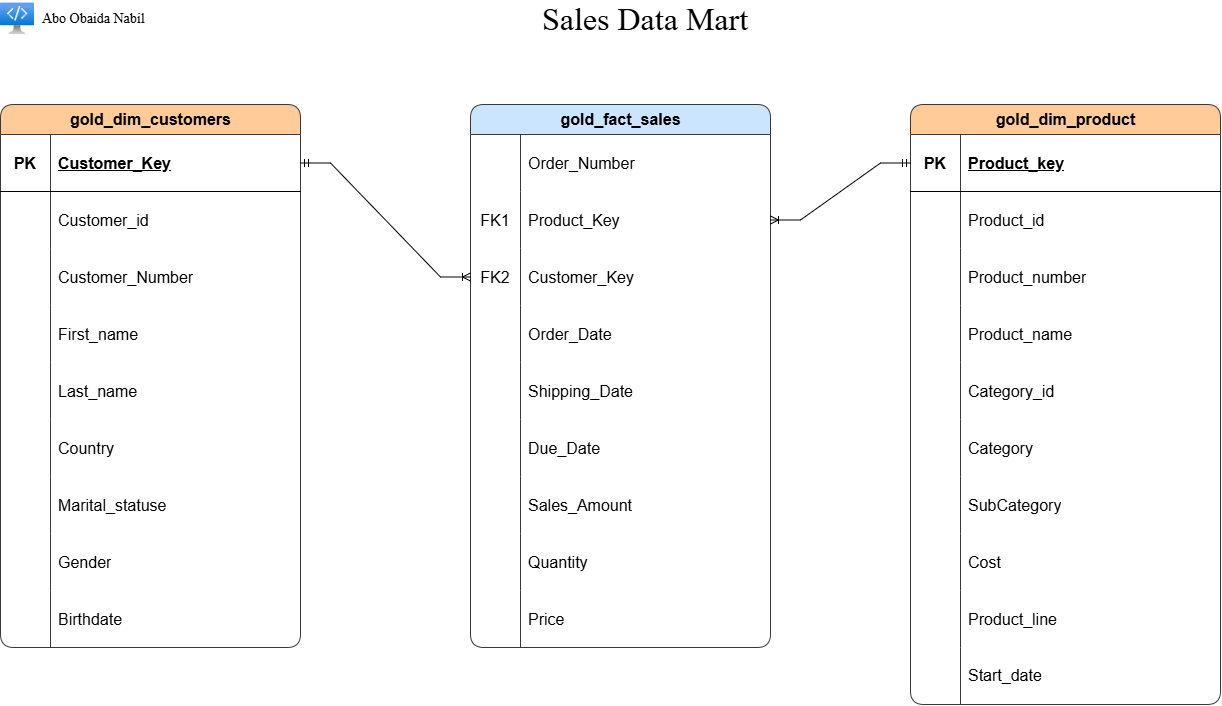
Earlier version of the draw.io export docs/Sales Datamart.png (Abobaida/SQL-Data-Warehouse-Project). Source tidied: cells renumbered, new cells last; positions are measured from the earlier drawing's top-left corner, leaving out a move shared by most shapes.
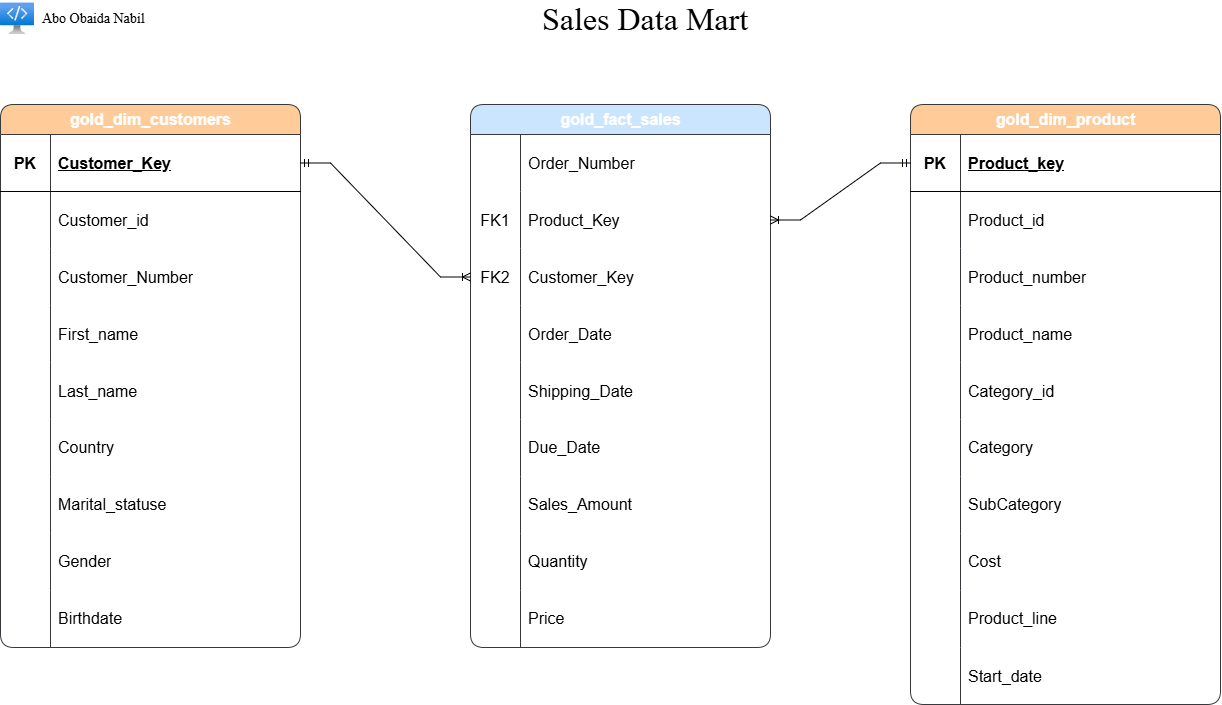
After the commit.

Change to the diagram source:
```diff
@@ -2,7 +2,7 @@
   <root>
     <mxCell id="0" />
     <mxCell id="1" parent="0" />
-    <mxCell id="2" value="gold_dim_customers" style="shape=table;startSize=30;rowLines=0;fontStyle=1;align=center;html=1;fillColor=#ffcc99;strokeColor=#36393d;rounded=1;roundedPerimeter=1;fontSize=16;flipV=0;legacyAnchorPoints=0;flipH=1;" parent="1" vertex="1">
+    <mxCell id="2" value="gold_dim_customers" style="shape=table;startSize=30;rowLines=0;fontStyle=1;align=center;html=1;fillColor=#ffcc99;strokeColor=#36393d;rounded=1;roundedPerimeter=1;fontSize=16;flipV=0;legacyAnchorPoints=0;flipH=1;fontColor=#FFFFFF;" parent="1" vertex="1">
       <mxGeometry y="101" width="300" height="543" as="geometry" />
     </mxCell>
     <mxCell id="3" style="shape=tableRow;horizontal=0;startSize=0;swimlaneHead=0;swimlaneBody=0;fillColor=none;points=[[0,0.5],[1,0.5]];portConstraint=eastwest;top=0;left=0;right=0;bottom=1;fontSize=16;" parent="2" vertex="1">
@@ -86,7 +86,7 @@
     <mxCell id="29" value="Birthdate" style="shape=partialRectangle;fillColor=none;top=0;left=0;bottom=0;right=0;align=left;spacingLeft=6;overflow=hidden;whiteSpace=wrap;html=1;fontSize=16;" parent="27" vertex="1">
       <mxGeometry x="50" width="250" height="57" as="geometry" />
     </mxCell>
-    <mxCell id="30" value="gold_fact_sales" style="shape=table;startSize=30;rowLines=0;fontStyle=1;align=center;html=1;fillColor=#cce5ff;strokeColor=#36393d;rounded=1;roundedPerimeter=1;fontSize=16;flipV=0;legacyAnchorPoints=0;flipH=1;" parent="1" vertex="1">
+    <mxCell id="30" value="gold_fact_sales" style="shape=table;startSize=30;rowLines=0;fontStyle=1;align=center;html=1;fillColor=#cce5ff;strokeColor=#36393d;rounded=1;roundedPerimeter=1;fontSize=16;flipV=0;legacyAnchorPoints=0;flipH=1;fontColor=#FFFFFF;" parent="1" vertex="1">
       <mxGeometry x="470" y="101" width="300" height="543" as="geometry" />
     </mxCell>
     <mxCell id="31" style="shape=tableRow;horizontal=0;startSize=0;swimlaneHead=0;swimlaneBody=0;fillColor=none;top=0;left=0;right=0;bottom=0;fontSize=16;" parent="30" vertex="1">
@@ -170,7 +170,7 @@
     <mxCell id="57" value="Price" style="shape=partialRectangle;fillColor=none;top=0;left=0;bottom=0;right=0;align=left;spacingLeft=6;overflow=hidden;whiteSpace=wrap;html=1;fontSize=16;" parent="55" vertex="1">
       <mxGeometry x="50" width="250" height="57" as="geometry" />
     </mxCell>
-    <mxCell id="58" value="gold_dim_product" style="shape=table;startSize=30;rowLines=0;fontStyle=1;align=center;html=1;fillColor=#ffcc99;strokeColor=#36393d;rounded=1;roundedPerimeter=1;fontSize=16;flipV=0;legacyAnchorPoints=0;flipH=1;fontColor=light-dark(#000000,#FFFFFF);" parent="1" vertex="1">
+    <mxCell id="58" value="gold_dim_product" style="shape=table;startSize=30;rowLines=0;fontStyle=1;align=center;html=1;fillColor=#ffcc99;strokeColor=#36393d;rounded=1;roundedPerimeter=1;fontSize=16;flipV=0;legacyAnchorPoints=0;flipH=1;fontColor=#FFFFFF;" parent="1" vertex="1">
       <mxGeometry x="910" y="101" width="310" height="600" as="geometry" />
     </mxCell>
     <mxCell id="59" style="shape=tableRow;horizontal=0;startSize=0;swimlaneHead=0;swimlaneBody=0;fillColor=none;points=[[0,0.5],[1,0.5]];portConstraint=eastwest;top=0;left=0;right=0;bottom=1;fontSize=16;" parent="58" vertex="1">
```
